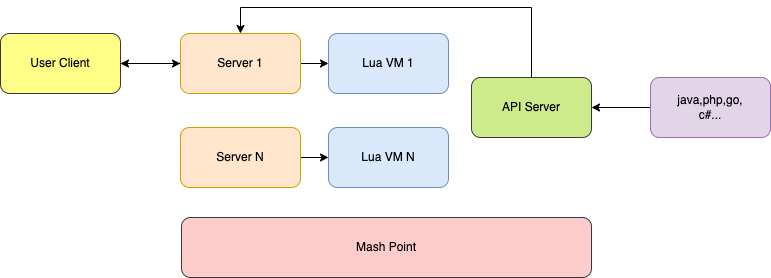
Above: zh-cn/images/原理图2.drawio.png in connmix/connmix-docs (draw.io), before the change. Source tidied: cells renumbered, new cells last; positions are measured from the earlier drawing's top-left corner, leaving out a move shared by most shapes.
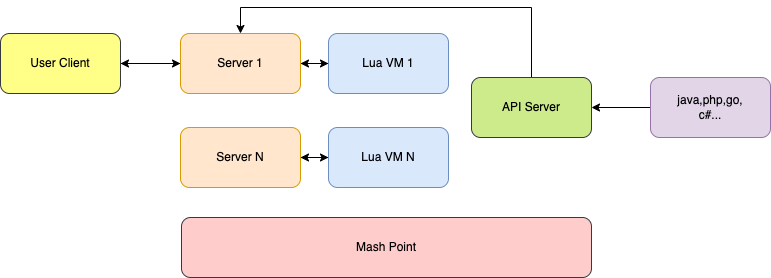
Later version of the same file.

What changed in the source:
```diff
@@ -14,10 +14,13 @@
     <mxCell id="5" value="Server 1" style="rounded=1;whiteSpace=wrap;html=1;fillColor=#ffe6cc;strokeColor=#d79b00;" parent="1" vertex="1">
       <mxGeometry x="180" y="26" width="120" height="60" as="geometry" />
     </mxCell>
+    <mxCell id="17" style="edgeStyle=orthogonalEdgeStyle;rounded=0;jettySize=auto;html=1;exitX=0;exitY=0.5;exitDx=0;exitDy=0;entryX=1;entryY=0.5;entryDx=0;entryDy=0;" parent="1" edge="1" source="6" target="5">
+      <mxGeometry relative="1" as="geometry" />
+    </mxCell>
     <mxCell id="6" value="Lua VM 1" style="rounded=1;whiteSpace=wrap;html=1;fillColor=#dae8fc;strokeColor=#6c8ebf;" parent="1" vertex="1">
       <mxGeometry x="328" y="26" width="120" height="60" as="geometry" />
     </mxCell>
-    <mxCell id="7" style="edgeStyle=orthogonalEdgeStyle;rounded=0;jettySize=auto;html=1;exitX=1;exitY=0.5;exitDx=0;exitDy=0;entryX=0;entryY=0.5;entryDx=0;entryDy=0;" parent="1" edge="1" source="x">
+    <mxCell id="7" style="edgeStyle=orthogonalEdgeStyle;rounded=0;orthogonalLoop=1;jettySize=auto;html=1;exitX=1;exitY=0.5;exitDx=0;exitDy=0;entryX=0;entryY=0.5;entryDx=0;entryDy=0;" parent="1" edge="1">
       <mxGeometry relative="1" as="geometry">
         <mxPoint x="328" y="70" as="targetPoint" />
       </mxGeometry>
@@ -45,6 +48,9 @@
     <mxCell id="13" value="Server N" style="rounded=1;whiteSpace=wrap;html=1;fillColor=#ffe6cc;strokeColor=#d79b00;" parent="1" vertex="1">
       <mxGeometry x="180" y="120" width="120" height="60" as="geometry" />
     </mxCell>
+    <mxCell id="18" style="edgeStyle=orthogonalEdgeStyle;rounded=0;jettySize=auto;html=1;exitX=0;exitY=0.5;exitDx=0;exitDy=0;entryX=1;entryY=0.5;entryDx=0;entryDy=0;" parent="1" edge="1" source="14" target="13">
+      <mxGeometry relative="1" as="geometry" />
+    </mxCell>
     <mxCell id="14" value="Lua VM N" style="rounded=1;whiteSpace=wrap;html=1;fillColor=#dae8fc;strokeColor=#6c8ebf;" parent="1" vertex="1">
       <mxGeometry x="328" y="120" width="120" height="60" as="geometry" />
     </mxCell>
```
